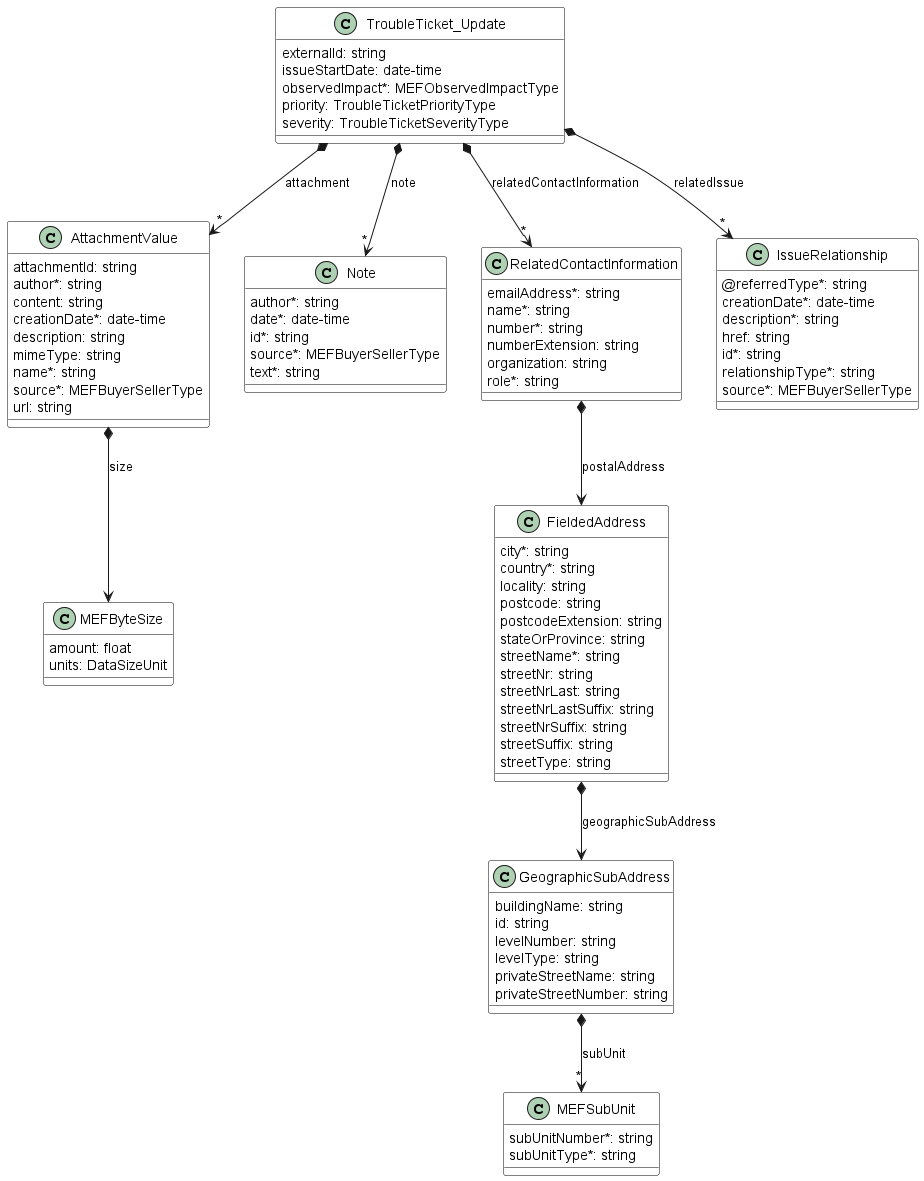
Above: documentation/productApi/troubleTicket/media/useCase4PatchModel.png in MEF-GIT/MEF-LSO-Sonata-SDK (PlantUML), before the change.
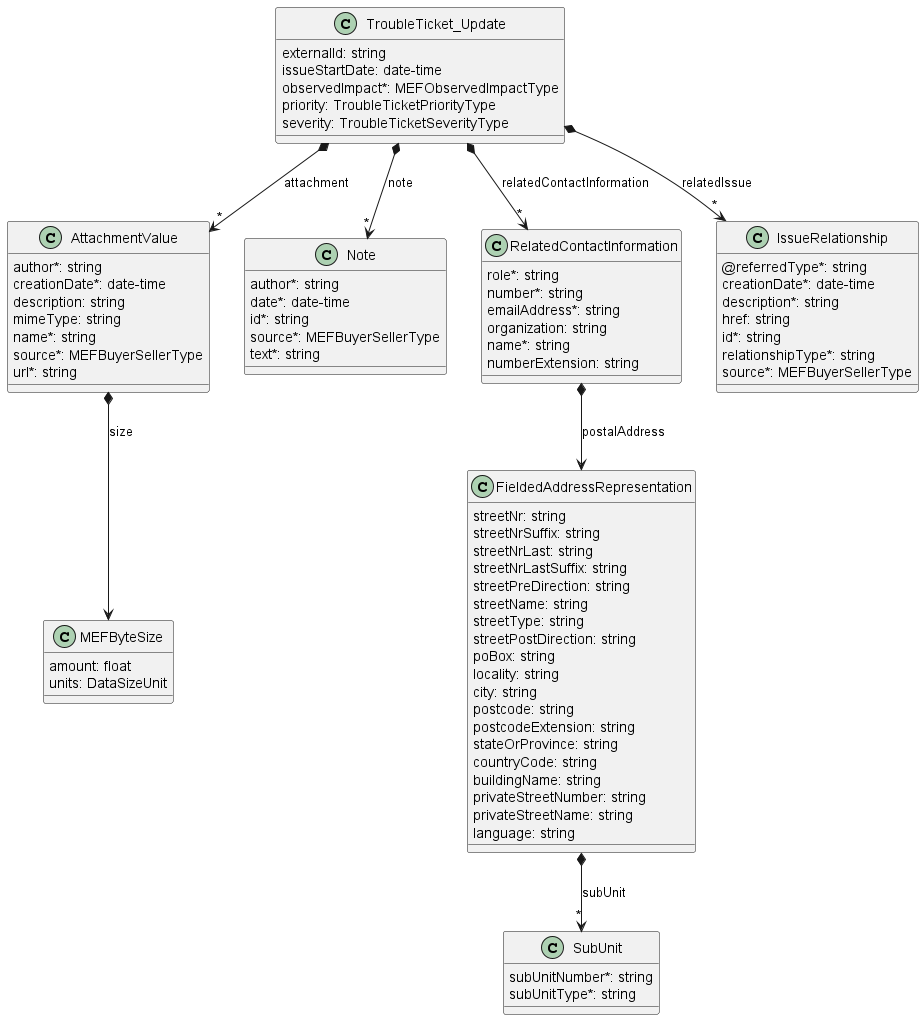
Above is the later version.

Change to the diagram source:
```diff
@@ -1,61 +1,44 @@
 @startuml
-skinparam {
-    ClassBackgroundColor White
-    ClassBorderColor Black
-}
 
 class AttachmentValue {
 
-    attachmentId: string
     author*: string
-    content: string
     creationDate*: date-time
     description: string
     mimeType: string
     name*: string
     source*: MEFBuyerSellerType
-    url: string
+    url*: string
 }
 
 AttachmentValue *--> MEFByteSize : size
 
 
 
+class FieldedAddressRepresentation {
 
-
-class FieldedAddress {
-
-    city*: string
-    country*: string
+    streetNr: string
+    streetNrSuffix: string
+    streetNrLast: string
+    streetNrLastSuffix: string
+    streetPreDirection: string
+    streetName: string
+    streetType: string
+    streetPostDirection: string
+    poBox: string
     locality: string
+    city: string
     postcode: string
     postcodeExtension: string
     stateOrProvince: string
-    streetName*: string
-    streetNr: string
-    streetNrLast: string
-    streetNrLastSuffix: string
-    streetNrSuffix: string
-    streetSuffix: string
-    streetType: string
+    countryCode: string
+    buildingName: string
+    privateStreetNumber: string
+    privateStreetName: string
+    language: string
 }
 
-FieldedAddress *--> GeographicSubAddress : geographicSubAddress
-
-
-class GeographicSubAddress {
-
-    buildingName: string
-    id: string
-    levelNumber: string
-    levelType: string
-    privateStreetName: string
-    privateStreetNumber: string
-}
-
-GeographicSubAddress *-->"*" MEFSubUnit : subUnit
-
-
+FieldedAddressRepresentation *-->"*" SubUnit : subUnit
 
 
 
@@ -80,22 +63,22 @@
 
 
 
-class MEFSubUnit {
+class SubUnit {
 
     subUnitNumber*: string
     subUnitType*: string
 }
 class RelatedContactInformation {
 
+    role*: string
+    number*: string
     emailAddress*: string
+    organization: string
     name*: string
-    number*: string
     numberExtension: string
-    organization: string
-    role*: string
 }
 
-RelatedContactInformation *--> FieldedAddress : postalAddress
+RelatedContactInformation *--> FieldedAddressRepresentation : postalAddress
 
 class IssueRelationship {
 
```
